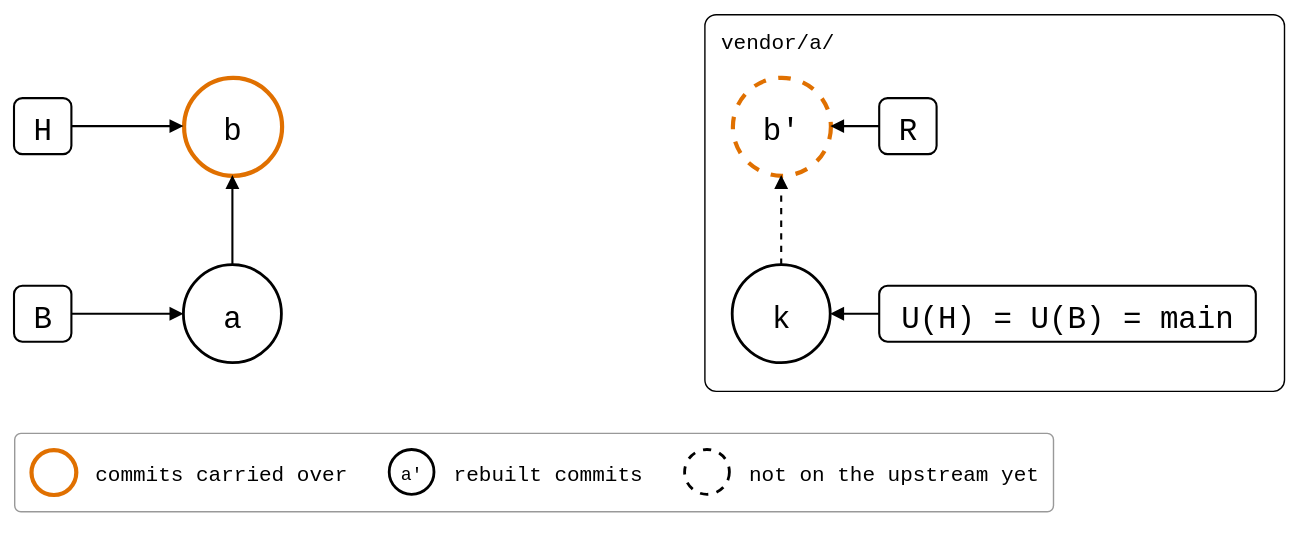
The draw.io diagram test/scenarios/03-branches-and-teamwork/02-feature-branch-from-main/feature-branch-from-main.drawio.svg in roschaefer/git-splice, before a commit. Source tidied: cells renumbered, new cells last; positions are measured from the earlier drawing's top-left corner, leaving out a move shared by most shapes.
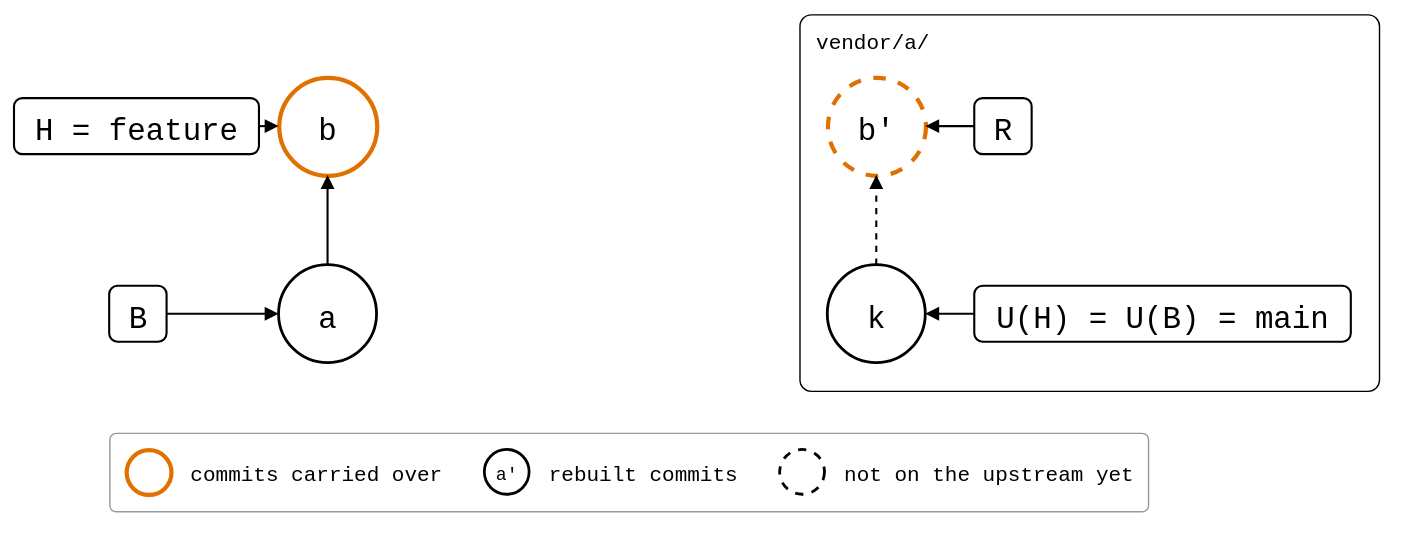
After the commit.

Commit message:
docs(workflows): label monorepo feature branch

Change to the diagram source:
```diff
@@ -17,8 +17,8 @@
     <mxCell id="6" value="b'" style="ellipse;fontSize=22;fontFamily=Roboto Mono,monospace;dashed=1;strokeColor=#E07000;strokeWidth=3;" parent="1" vertex="1">
       <mxGeometry x="513" y="45" width="70" height="70" as="geometry" />
     </mxCell>
-    <mxCell id="7" value="H" style="rounded=1;strokeWidth=1.5;fontSize=22;fontFamily=Roboto Mono,monospace;" parent="1" vertex="1">
-      <mxGeometry y="60" width="41" height="40" as="geometry" />
+    <mxCell id="7" value="H = feature" style="rounded=1;strokeWidth=1.5;fontSize=22;fontFamily=Roboto Mono,monospace;" parent="1" vertex="1">
+      <mxGeometry x="-68" y="60" width="175" height="40" as="geometry" />
     </mxCell>
     <mxCell id="8" style="endArrow=block;endFill=1;html=1;strokeWidth=1.5;rounded=0;" parent="1" edge="1" source="7" target="4">
       <mxGeometry relative="1" as="geometry" />
```
